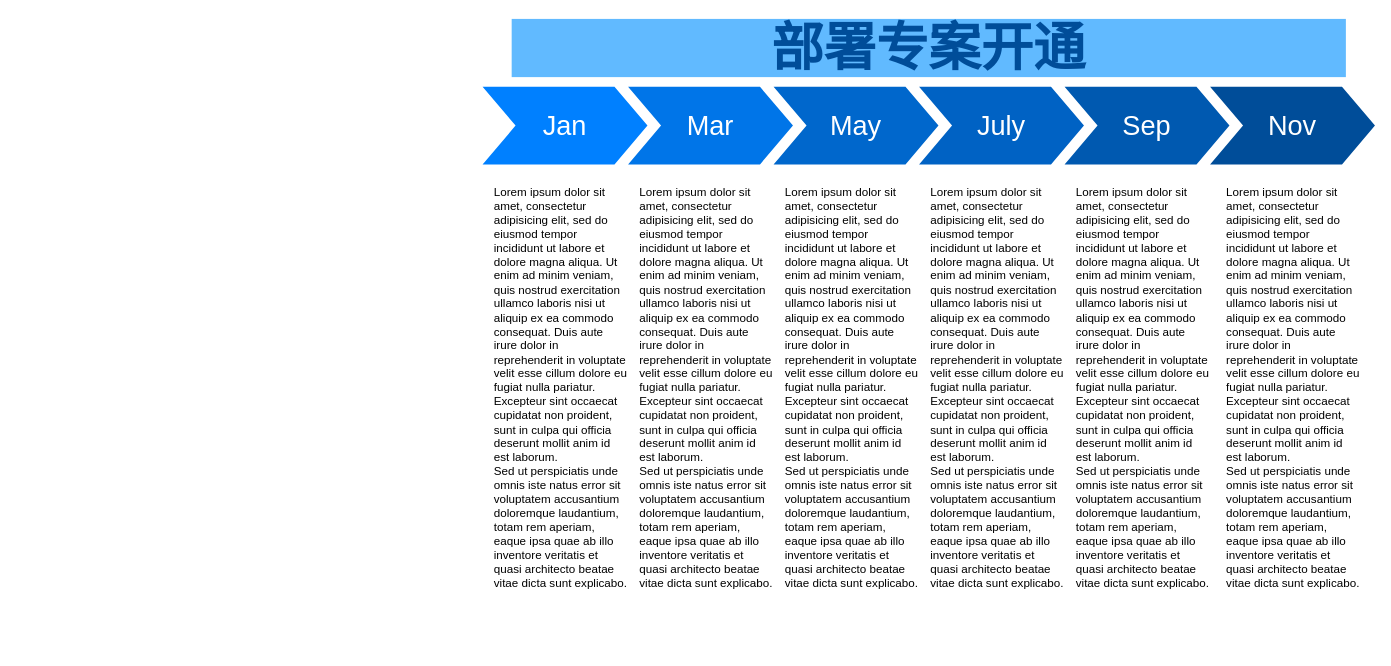
kirstenGao/github-slideshow keeps this draw.io diagram as Untitled Diagram.drawio. Above is the earlier version. Source tidied: cells renumbered, new cells numbered last; positions are measured from the earlier drawing's top-left corner, leaving out a move shared by most shapes. Both pictures are drawn from the tidied source at 97%, with x=0, y=0 at pixel (482, 18).
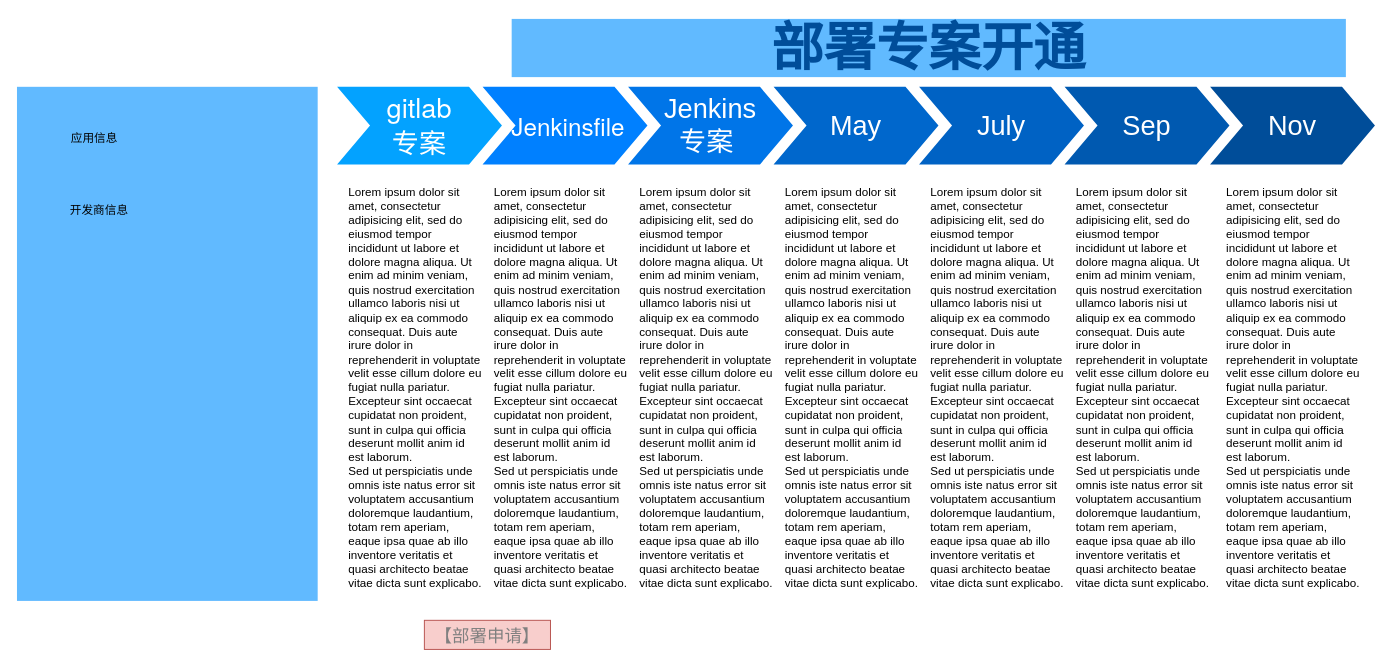
After the change.

The edit, as a diff of the source:
```diff
@@
-    <mxCell id="2" value="Jan" style="shape=step;whiteSpace=wrap;html=1;fontSize=28;fillColor=#0080FF;fontColor=#FFFFFF;strokeColor=none;" parent="1" vertex="1">
+    <mxCell id="2" value="&lt;font face=&quot;helvetica neue, helvetica, tahoma, arial, pingfang sc, source han sans cn, source han sans, source han serif, hiragino sans gb, wenquanyi micro hei, microsoft yahei, sans-serif&quot; style=&quot;font-size: 25px&quot;&gt;&amp;nbsp;Jenkinsfile&lt;/font&gt;" style="shape=step;whiteSpace=wrap;html=1;fontSize=25;fillColor=#0080FF;fontColor=#FFFFFF;strokeColor=none;" parent="1" vertex="1">
       <mxGeometry y="70" width="170" height="80" as="geometry" />
     </mxCell>
-    <mxCell id="3" value="Mar" style="shape=step;whiteSpace=wrap;html=1;fontSize=28;fillColor=#0075E8;fontColor=#FFFFFF;strokeColor=none;" parent="1" vertex="1">
+    <mxCell id="3" value="Jenkins &lt;br&gt;专案&amp;nbsp;" style="shape=step;whiteSpace=wrap;html=1;fontSize=28;fillColor=#0075E8;fontColor=#FFFFFF;strokeColor=none;" parent="1" vertex="1">
       <mxGeometry x="150" y="70" width="170" height="80" as="geometry" />
     </mxCell>
@@
+    <mxCell id="15" value="&lt;font face=&quot;helvetica neue, helvetica, tahoma, arial, pingfang sc, source han sans cn, source han sans, source han serif, hiragino sans gb, wenquanyi micro hei, microsoft yahei, sans-serif&quot; style=&quot;font-size: 28px&quot;&gt;gitlab&lt;br&gt;专案&lt;/font&gt;" style="shape=step;whiteSpace=wrap;html=1;fontSize=28;fillColor=#03A2FF;fontColor=#FFFFFF;strokeColor=none;" parent="1" vertex="1">
+      <mxGeometry x="-150" y="70" width="170" height="80" as="geometry" />
+    </mxCell>
+    <mxCell id="16" value="Lorem ipsum dolor sit amet, consectetur adipisicing elit, sed do eiusmod tempor incididunt ut labore et dolore magna aliqua. Ut enim ad minim veniam, quis nostrud exercitation ullamco laboris nisi ut aliquip ex ea commodo consequat. Duis aute irure dolor in reprehenderit in voluptate velit esse cillum dolore eu fugiat nulla pariatur. Excepteur sint occaecat cupidatat non proident, sunt in culpa qui officia deserunt mollit anim id est laborum.&lt;br&gt;Sed ut perspiciatis unde omnis iste natus error sit voluptatem accusantium doloremque laudantium, totam rem aperiam, eaque ipsa quae ab illo inventore veritatis et quasi architecto beatae vitae dicta sunt explicabo." style="text;spacingTop=-5;fillColor=#ffffff;whiteSpace=wrap;html=1;align=left;fontSize=12;fontFamily=Helvetica;fillColor=none;strokeColor=none;" parent="1" vertex="1">
+      <mxGeometry x="-140" y="170" width="140" height="470" as="geometry" />
+    </mxCell>
+    <mxCell id="17" style="text;html=1;strokeColor=none;fillColor=#61BAFF;align=center;verticalAlign=middle;whiteSpace=wrap;fontSize=54;fontStyle=1;fontColor=#004D99;" parent="1" vertex="1">
+      <mxGeometry x="-480" y="70" width="310" height="530" as="geometry" />
+    </mxCell>
+    <mxCell id="18" value="应用信息&lt;br&gt;" style="text;html=1;strokeColor=none;fillColor=none;align=center;verticalAlign=middle;whiteSpace=wrap;rounded=1;" parent="1" vertex="1">
+      <mxGeometry x="-480" y="100" width="160" height="45" as="geometry" />
+    </mxCell>
+    <mxCell id="19" value="&lt;br&gt;开发商信息" style="text;html=1;strokeColor=none;fillColor=none;align=center;verticalAlign=middle;whiteSpace=wrap;rounded=1;" parent="1" vertex="1">
+      <mxGeometry x="-480" y="170" width="170" height="40" as="geometry" />
+    </mxCell>
+    <mxCell id="20" value="&lt;font&gt;&lt;span style=&quot;font-family: &amp;quot;helvetica neue&amp;quot; , &amp;quot;helvetica&amp;quot; , &amp;quot;tahoma&amp;quot; , &amp;quot;arial&amp;quot; , &amp;quot;pingfang sc&amp;quot; , &amp;quot;source han sans cn&amp;quot; , &amp;quot;source han sans&amp;quot; , &amp;quot;source han serif&amp;quot; , &amp;quot;hiragino sans gb&amp;quot; , &amp;quot;wenquanyi micro hei&amp;quot; , &amp;quot;microsoft yahei&amp;quot; , sans-serif ; font-size: 18px&quot;&gt;【&lt;/span&gt;&lt;span style=&quot;font-family: &amp;quot;helvetica neue&amp;quot; , &amp;quot;helvetica&amp;quot; , &amp;quot;tahoma&amp;quot; , &amp;quot;arial&amp;quot; , &amp;quot;pingfang sc&amp;quot; , &amp;quot;source han sans cn&amp;quot; , &amp;quot;source han sans&amp;quot; , &amp;quot;source han serif&amp;quot; , &amp;quot;hiragino sans gb&amp;quot; , &amp;quot;wenquanyi micro hei&amp;quot; , &amp;quot;microsoft yahei&amp;quot; , sans-serif ; font-size: 18px&quot;&gt;部署&lt;/span&gt;&lt;span style=&quot;font-family: &amp;quot;helvetica neue&amp;quot; , &amp;quot;helvetica&amp;quot; , &amp;quot;tahoma&amp;quot; , &amp;quot;arial&amp;quot; , &amp;quot;pingfang sc&amp;quot; , &amp;quot;source han sans cn&amp;quot; , &amp;quot;source han sans&amp;quot; , &amp;quot;source han serif&amp;quot; , &amp;quot;hiragino sans gb&amp;quot; , &amp;quot;wenquanyi micro hei&amp;quot; , &amp;quot;microsoft yahei&amp;quot; , sans-serif ; font-size: 18px&quot;&gt;申请】&lt;/span&gt;&lt;/font&gt;" style="text;html=1;strokeColor=#b85450;fillColor=#f8cecc;align=center;verticalAlign=middle;whiteSpace=wrap;rounded=0;fontColor=#808080;" parent="1" vertex="1">
+      <mxGeometry x="-60" y="620" width="130" height="30" as="geometry" />
+    </mxCell>
```
